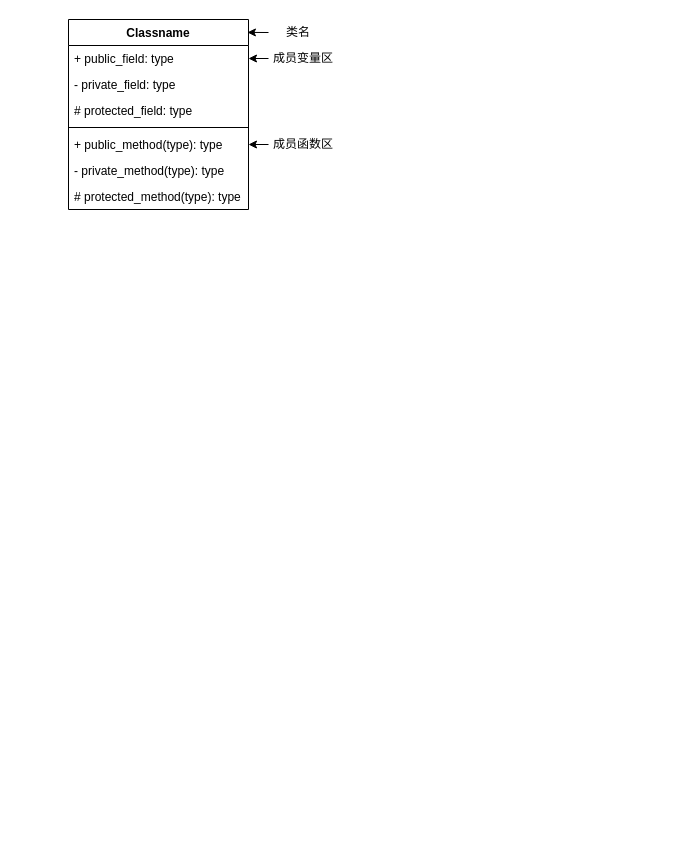
Earlier version of the draw.io diagram page "Page-3" (3 of 3) of c++_object/c++object.drawio (hitgavin/diagrams). Source tidied: cells renumbered, new cells numbered last; positions are measured from the earlier drawing's top-left corner, leaving out a move shared by most shapes. Both pictures are drawn from the tidied source at 100%, with x=0, y=0 at pixel (68, 17).
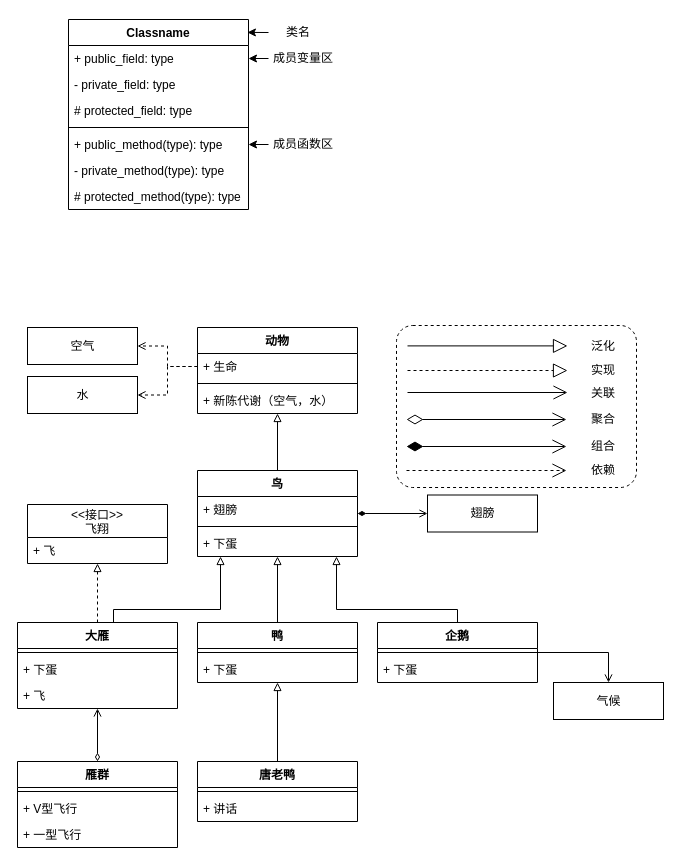
After the change.

The edit, as a diff of the source:
```diff
@@
+    <mxCell id="16" value="动物" style="swimlane;fontStyle=1;align=center;verticalAlign=top;horizontal=1;startSize=26;" parent="1" vertex="1">
+      <mxGeometry x="129" y="310" width="160" height="86" as="geometry" />
+    </mxCell>
+    <mxCell id="17" value="+ 生命" style="text;strokeColor=none;fillColor=none;align=left;verticalAlign=top;spacingLeft=4;spacingRight=4;overflow=hidden;points=[[0,0.5],[1,0.5]];portConstraint=eastwest;" parent="16" vertex="1">
+      <mxGeometry y="26" width="160" height="26" as="geometry" />
+    </mxCell>
+    <mxCell id="18" style="line;strokeWidth=1;fillColor=none;align=left;verticalAlign=middle;spacingTop=-1;spacingLeft=3;spacingRight=3;labelPosition=right;" parent="16" vertex="1">
+      <mxGeometry y="52" width="160" height="8" as="geometry" />
+    </mxCell>
+    <mxCell id="19" value="+ 新陈代谢（空气，水）" style="text;strokeColor=none;fillColor=none;align=left;verticalAlign=top;spacingLeft=4;spacingRight=4;overflow=hidden;" parent="16" vertex="1">
+      <mxGeometry y="60" width="160" height="26" as="geometry" />
+    </mxCell>
+    <mxCell id="20" value="空气" style="html=1;" parent="1" vertex="1">
+      <mxGeometry x="-41" y="310" width="110" height="37" as="geometry" />
+    </mxCell>
+    <mxCell id="21" value="水" style="html=1;" parent="1" vertex="1">
+      <mxGeometry x="-41" y="359" width="110" height="37" as="geometry" />
+    </mxCell>
+    <mxCell id="22" style="edgeStyle=orthogonalEdgeStyle;rounded=0;jettySize=auto;html=1;exitX=0;exitY=0.5;exitDx=0;exitDy=0;dashed=1;endArrow=open;endFill=0;" parent="1" edge="1" source="17" target="20">
+      <mxGeometry relative="1" as="geometry" />
+    </mxCell>
+    <mxCell id="23" style="edgeStyle=orthogonalEdgeStyle;rounded=0;jettySize=auto;html=1;exitX=0;exitY=0.5;exitDx=0;exitDy=0;entryX=1;entryY=0.5;entryDx=0;entryDy=0;dashed=1;endArrow=open;endFill=0;" parent="1" edge="1" source="17" target="21">
+      <mxGeometry relative="1" as="geometry" />
+    </mxCell>
+    <mxCell id="24" style="edgeStyle=orthogonalEdgeStyle;rounded=0;jettySize=auto;html=1;endArrow=block;endFill=0;" parent="1" edge="1" source="26" target="16">
+      <mxGeometry relative="1" as="geometry" />
+    </mxCell>
+    <mxCell id="25" style="edgeStyle=orthogonalEdgeStyle;rounded=0;jettySize=auto;html=1;startArrow=diamondThin;startFill=1;endArrow=open;endFill=0;" parent="1" edge="1" source="26" target="57">
+      <mxGeometry relative="1" as="geometry" />
+    </mxCell>
+    <mxCell id="26" value="鸟" style="swimlane;fontStyle=1;align=center;verticalAlign=top;horizontal=1;startSize=26;" parent="1" vertex="1">
+      <mxGeometry x="129" y="453" width="160" height="86" as="geometry" />
+    </mxCell>
+    <mxCell id="27" value="+ 翅膀" style="text;strokeColor=none;fillColor=none;align=left;verticalAlign=top;spacingLeft=4;spacingRight=4;overflow=hidden;" parent="26" vertex="1">
+      <mxGeometry y="26" width="160" height="26" as="geometry" />
+    </mxCell>
+    <mxCell id="28" style="line;strokeWidth=1;fillColor=none;align=left;verticalAlign=middle;spacingTop=-1;spacingLeft=3;spacingRight=3;labelPosition=right;" parent="26" vertex="1">
+      <mxGeometry y="52" width="160" height="8" as="geometry" />
+    </mxCell>
+    <mxCell id="29" value="+ 下蛋" style="text;strokeColor=none;fillColor=none;align=left;verticalAlign=top;spacingLeft=4;spacingRight=4;overflow=hidden;" parent="26" vertex="1">
+      <mxGeometry y="60" width="160" height="26" as="geometry" />
+    </mxCell>
+    <mxCell id="30" style="edgeStyle=orthogonalEdgeStyle;rounded=0;jettySize=auto;html=1;exitX=0.5;exitY=0;exitDx=0;exitDy=0;dashed=1;endArrow=block;endFill=0;" parent="1" edge="1" source="32" target="36">
+      <mxGeometry relative="1" as="geometry" />
+    </mxCell>
+    <mxCell id="31" style="edgeStyle=orthogonalEdgeStyle;rounded=0;jettySize=auto;html=1;exitX=0.5;exitY=0;exitDx=0;exitDy=0;endArrow=block;endFill=0;" parent="1" edge="1" source="32" target="26">
+      <mxGeometry relative="1" as="geometry">
+        <Array as="points">
+          <mxPoint x="45" y="605" />
+          <mxPoint x="45" y="592" />
+          <mxPoint x="152" y="592" />
+        </Array>
+      </mxGeometry>
+    </mxCell>
+    <mxCell id="32" value="大雁" style="swimlane;fontStyle=1;align=center;verticalAlign=top;horizontal=1;startSize=26;" parent="1" vertex="1">
+      <mxGeometry x="-51" y="605" width="160" height="86" as="geometry" />
+    </mxCell>
+    <mxCell id="33" style="line;strokeWidth=1;fillColor=none;align=left;verticalAlign=middle;spacingTop=-1;spacingLeft=3;spacingRight=3;labelPosition=right;" parent="32" vertex="1">
+      <mxGeometry y="26" width="160" height="8" as="geometry" />
+    </mxCell>
+    <mxCell id="34" value="+ 下蛋" style="text;strokeColor=none;fillColor=none;align=left;verticalAlign=top;spacingLeft=4;spacingRight=4;overflow=hidden;" parent="32" vertex="1">
+      <mxGeometry y="34" width="160" height="26" as="geometry" />
+    </mxCell>
+    <mxCell id="35" value="+ 飞" style="text;strokeColor=none;fillColor=none;align=left;verticalAlign=top;spacingLeft=4;spacingRight=4;overflow=hidden;" parent="32" vertex="1">
+      <mxGeometry y="60" width="160" height="26" as="geometry" />
+    </mxCell>
+    <mxCell id="36" value="&lt;&lt;接口&gt;&gt;&#10;飞翔" style="swimlane;fontStyle=0;horizontal=1;startSize=33;fillColor=none;" parent="1" vertex="1">
+      <mxGeometry x="-41" y="487" width="140" height="59" as="geometry" />
+    </mxCell>
+    <mxCell id="37" value="+ 飞" style="text;strokeColor=none;fillColor=none;align=left;verticalAlign=top;spacingLeft=4;spacingRight=4;overflow=hidden;" parent="36" vertex="1">
+      <mxGeometry y="33" width="140" height="26" as="geometry" />
+    </mxCell>
+    <mxCell id="38" style="edgeStyle=orthogonalEdgeStyle;rounded=0;jettySize=auto;html=1;endArrow=block;endFill=0;" parent="1" edge="1" source="39" target="26">
+      <mxGeometry relative="1" as="geometry" />
+    </mxCell>
+    <mxCell id="39" value="鸭" style="swimlane;fontStyle=1;align=center;verticalAlign=top;horizontal=1;startSize=26;" parent="1" vertex="1">
+      <mxGeometry x="129" y="605" width="160" height="60" as="geometry" />
+    </mxCell>
+    <mxCell id="40" style="line;strokeWidth=1;fillColor=none;align=left;verticalAlign=middle;spacingTop=-1;spacingLeft=3;spacingRight=3;labelPosition=right;" parent="39" vertex="1">
+      <mxGeometry y="26" width="160" height="8" as="geometry" />
+    </mxCell>
+    <mxCell id="41" value="+ 下蛋" style="text;strokeColor=none;fillColor=none;align=left;verticalAlign=top;spacingLeft=4;spacingRight=4;overflow=hidden;" parent="39" vertex="1">
+      <mxGeometry y="34" width="160" height="26" as="geometry" />
+    </mxCell>
+    <mxCell id="42" style="edgeStyle=orthogonalEdgeStyle;rounded=0;jettySize=auto;html=1;entryX=0.5;entryY=0;entryDx=0;entryDy=0;endArrow=open;endFill=0;" parent="1" edge="1" source="44" target="47">
+      <mxGeometry relative="1" as="geometry" />
+    </mxCell>
+    <mxCell id="43" style="edgeStyle=orthogonalEdgeStyle;rounded=0;jettySize=auto;html=1;startArrow=none;startFill=0;endArrow=block;endFill=0;" parent="1" edge="1" source="44" target="26">
+      <mxGeometry relative="1" as="geometry">
+        <Array as="points">
+          <mxPoint x="389" y="592" />
+          <mxPoint x="268" y="592" />
+        </Array>
+      </mxGeometry>
+    </mxCell>
+    <mxCell id="44" value="企鹅" style="swimlane;fontStyle=1;align=center;verticalAlign=top;horizontal=1;startSize=26;" parent="1" vertex="1">
+      <mxGeometry x="309" y="605" width="160" height="60" as="geometry" />
+    </mxCell>
+    <mxCell id="45" style="line;strokeWidth=1;fillColor=none;align=left;verticalAlign=middle;spacingTop=-1;spacingLeft=3;spacingRight=3;labelPosition=right;" parent="44" vertex="1">
+      <mxGeometry y="26" width="160" height="8" as="geometry" />
+    </mxCell>
+    <mxCell id="46" value="+ 下蛋" style="text;strokeColor=none;fillColor=none;align=left;verticalAlign=top;spacingLeft=4;spacingRight=4;overflow=hidden;" parent="44" vertex="1">
+      <mxGeometry y="34" width="160" height="26" as="geometry" />
+    </mxCell>
+    <mxCell id="47" value="气候" style="html=1;" parent="1" vertex="1">
+      <mxGeometry x="485" y="665" width="110" height="37" as="geometry" />
+    </mxCell>
+    <mxCell id="48" style="edgeStyle=orthogonalEdgeStyle;rounded=0;jettySize=auto;html=1;endArrow=block;endFill=0;" parent="1" edge="1" source="49" target="39">
+      <mxGeometry relative="1" as="geometry" />
+    </mxCell>
+    <mxCell id="49" value="唐老鸭" style="swimlane;fontStyle=1;align=center;verticalAlign=top;horizontal=1;startSize=26;" parent="1" vertex="1">
+      <mxGeometry x="129" y="744" width="160" height="60" as="geometry" />
+    </mxCell>
+    <mxCell id="50" style="line;strokeWidth=1;fillColor=none;align=left;verticalAlign=middle;spacingTop=-1;spacingLeft=3;spacingRight=3;labelPosition=right;" parent="49" vertex="1">
+      <mxGeometry y="26" width="160" height="8" as="geometry" />
+    </mxCell>
+    <mxCell id="51" value="+ 讲话" style="text;strokeColor=none;fillColor=none;align=left;verticalAlign=top;spacingLeft=4;spacingRight=4;overflow=hidden;" parent="49" vertex="1">
+      <mxGeometry y="34" width="160" height="26" as="geometry" />
+    </mxCell>
+    <mxCell id="52" style="edgeStyle=orthogonalEdgeStyle;rounded=0;jettySize=auto;html=1;endArrow=open;endFill=0;startArrow=diamondThin;startFill=0;" parent="1" edge="1" source="53" target="32">
+      <mxGeometry relative="1" as="geometry" />
+    </mxCell>
+    <mxCell id="53" value="雁群" style="swimlane;fontStyle=1;align=center;verticalAlign=top;horizontal=1;startSize=26;" parent="1" vertex="1">
+      <mxGeometry x="-51" y="744" width="160" height="86" as="geometry" />
+    </mxCell>
+    <mxCell id="54" style="line;strokeWidth=1;fillColor=none;align=left;verticalAlign=middle;spacingTop=-1;spacingLeft=3;spacingRight=3;labelPosition=right;" parent="53" vertex="1">
+      <mxGeometry y="26" width="160" height="8" as="geometry" />
+    </mxCell>
+    <mxCell id="55" value="+ V型飞行" style="text;strokeColor=none;fillColor=none;align=left;verticalAlign=top;spacingLeft=4;spacingRight=4;overflow=hidden;" parent="53" vertex="1">
+      <mxGeometry y="34" width="160" height="26" as="geometry" />
+    </mxCell>
+    <mxCell id="56" value="+ 一型飞行" style="text;strokeColor=none;fillColor=none;align=left;verticalAlign=top;spacingLeft=4;spacingRight=4;overflow=hidden;" parent="53" vertex="1">
+      <mxGeometry y="60" width="160" height="26" as="geometry" />
+    </mxCell>
+    <mxCell id="57" value="翅膀" style="html=1;" parent="1" vertex="1">
+      <mxGeometry x="359" y="477.5" width="110" height="37" as="geometry" />
+    </mxCell>
+    <mxCell id="58" style="rounded=1;whiteSpace=wrap;html=1;arcSize=10;dashed=1;" parent="1" vertex="1">
+      <mxGeometry x="328" y="308" width="240" height="162" as="geometry" />
+    </mxCell>
+    <mxCell id="59" style="endArrow=open;html=1;endSize=12;startArrow=diamondThin;startSize=14;startFill=0;edgeStyle=orthogonalEdgeStyle;align=left;verticalAlign=bottom;rounded=0;" parent="1" edge="1">
+      <mxGeometry x="-1" y="3" relative="1" as="geometry">
+        <mxPoint x="338" y="402" as="sourcePoint" />
+        <mxPoint x="498" y="402" as="targetPoint" />
+      </mxGeometry>
+    </mxCell>
+    <mxCell id="60" style="endArrow=open;html=1;endSize=12;startArrow=diamondThin;startSize=14;startFill=1;edgeStyle=orthogonalEdgeStyle;align=left;verticalAlign=bottom;rounded=0;" parent="1" edge="1">
+      <mxGeometry x="-1" y="3" relative="1" as="geometry">
+        <mxPoint x="338" y="429" as="sourcePoint" />
+        <mxPoint x="498" y="429" as="targetPoint" />
+      </mxGeometry>
+    </mxCell>
+    <mxCell id="61" style="endArrow=open;endSize=12;dashed=1;html=1;rounded=0;" parent="1" edge="1">
+      <mxGeometry relative="1" as="geometry">
+        <mxPoint x="338" y="453" as="sourcePoint" />
+        <mxPoint x="498" y="453" as="targetPoint" />
+      </mxGeometry>
+    </mxCell>
+    <mxCell id="62" style="endArrow=block;endSize=12;endFill=0;html=1;rounded=0;" parent="1" edge="1">
+      <mxGeometry relative="1" as="geometry">
+        <mxPoint x="339" y="328.4" as="sourcePoint" />
+        <mxPoint x="499" y="328.4" as="targetPoint" />
+      </mxGeometry>
+    </mxCell>
+    <mxCell id="63" style="endArrow=block;dashed=1;endFill=0;endSize=12;html=1;rounded=0;" parent="1" edge="1">
+      <mxGeometry relative="1" as="geometry">
+        <mxPoint x="339" y="353" as="sourcePoint" />
+        <mxPoint x="499" y="353" as="targetPoint" />
+      </mxGeometry>
+    </mxCell>
+    <mxCell id="64" style="endArrow=open;endFill=1;endSize=12;html=1;rounded=0;" parent="1" edge="1">
+      <mxGeometry relative="1" as="geometry">
+        <mxPoint x="339" y="375" as="sourcePoint" />
+        <mxPoint x="499" y="375" as="targetPoint" />
+      </mxGeometry>
+    </mxCell>
+    <mxCell id="65" value="泛化" style="text;html=1;strokeColor=none;fillColor=none;align=center;verticalAlign=middle;whiteSpace=wrap;rounded=0;dashed=1;" parent="1" vertex="1">
+      <mxGeometry x="505" y="313.5" width="60" height="30" as="geometry" />
+    </mxCell>
+    <mxCell id="66" value="实现" style="text;html=1;strokeColor=none;fillColor=none;align=center;verticalAlign=middle;whiteSpace=wrap;rounded=0;dashed=1;" parent="1" vertex="1">
+      <mxGeometry x="505" y="338" width="60" height="30" as="geometry" />
+    </mxCell>
+    <mxCell id="67" value="关联" style="text;html=1;strokeColor=none;fillColor=none;align=center;verticalAlign=middle;whiteSpace=wrap;rounded=0;dashed=1;" parent="1" vertex="1">
+      <mxGeometry x="505" y="360.5" width="60" height="30" as="geometry" />
+    </mxCell>
+    <mxCell id="68" value="聚合" style="text;html=1;strokeColor=none;fillColor=none;align=center;verticalAlign=middle;whiteSpace=wrap;rounded=0;dashed=1;" parent="1" vertex="1">
+      <mxGeometry x="505" y="387" width="60" height="30" as="geometry" />
+    </mxCell>
+    <mxCell id="69" value="组合" style="text;html=1;strokeColor=none;fillColor=none;align=center;verticalAlign=middle;whiteSpace=wrap;rounded=0;dashed=1;" parent="1" vertex="1">
+      <mxGeometry x="505" y="414" width="60" height="30" as="geometry" />
+    </mxCell>
+    <mxCell id="70" value="依赖" style="text;html=1;strokeColor=none;fillColor=none;align=center;verticalAlign=middle;whiteSpace=wrap;rounded=0;dashed=1;" parent="1" vertex="1">
+      <mxGeometry x="505" y="438" width="60" height="30" as="geometry" />
+    </mxCell>
```
